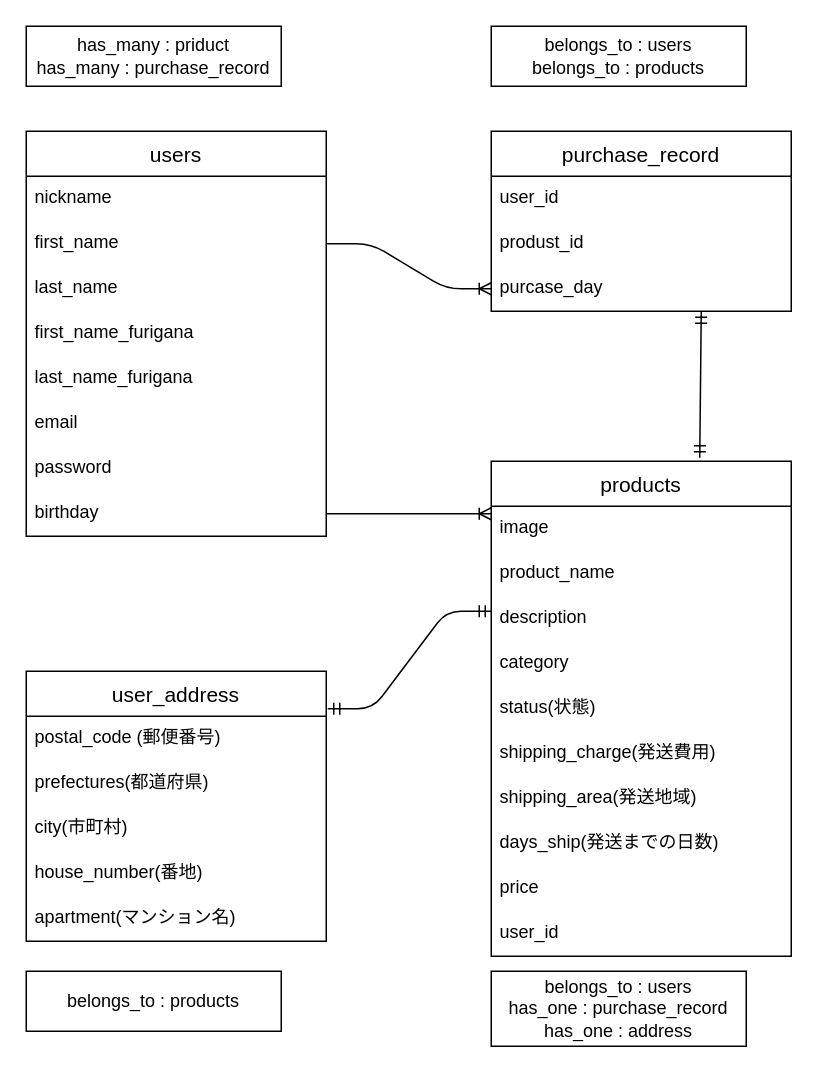
This is test.dio from icchi-saya/furima-29119, a draw.io file, before an edit. Source tidied: cells renumbered, new cells numbered last; positions are measured from the earlier drawing's top-left corner, leaving out a move shared by most shapes. Both pictures are drawn from the tidied source at 150%, with x=0, y=0 at pixel (26, 26).
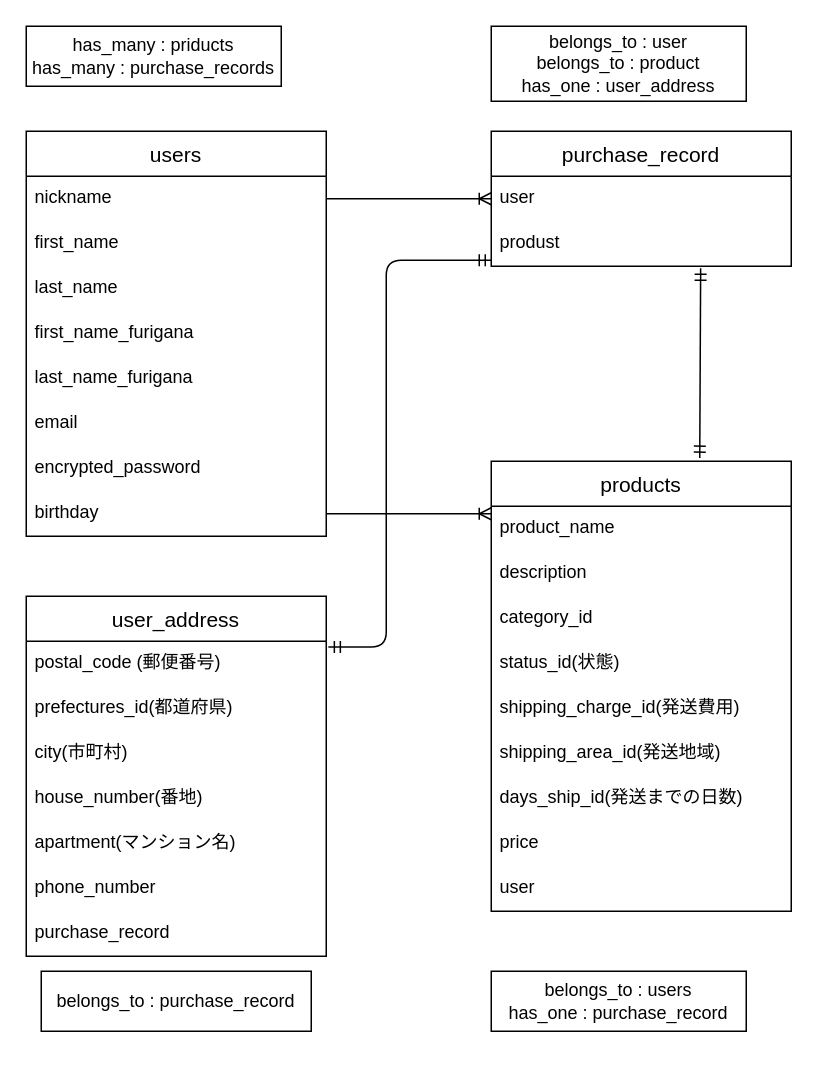
The same diagram, later.

Commit message (it also covers changes not shown here):
レビュー依頼変更その２

The change refers to these unchanged cells:
```xml
<mxCell id="2" value="users" style="swimlane;fontStyle=0;horizontal=1;startSize=30;align=center;fontSize=14;" parent="1" vertex="1">
  <mxGeometry y="70" width="200" height="270" as="geometry" />
</mxCell>
<mxCell id="3" value="nickname" style="text;strokeColor=none;fillColor=none;spacingLeft=4;spacingRight=4;overflow=hidden;points=[[0,0.5],[1,0.5]];portConstraint=eastwest;fontSize=12;" parent="2" vertex="1">
  <mxGeometry y="30" width="200" height="30" as="geometry" />
</mxCell>
<mxCell id="4" value="first_name" style="text;strokeColor=none;fillColor=none;spacingLeft=4;spacingRight=4;overflow=hidden;points=[[0,0.5],[1,0.5]];portConstraint=eastwest;fontSize=12;" parent="2" vertex="1">
  <mxGeometry y="60" width="200" height="30" as="geometry" />
</mxCell>
<mxCell id="27" value="postal_code (郵便番号)" style="text;strokeColor=none;fillColor=none;spacingLeft=4;spacingRight=4;overflow=hidden;points=[[0,0.5],[1,0.5]];portConstraint=eastwest;fontSize=12;" parent="26" vertex="1">
  <mxGeometry y="30" width="200" height="30" as="geometry" />
</mxCell>
```

Change to the diagram source:
```diff
@@
-    <mxCell id="9" value="password" style="text;strokeColor=none;fillColor=none;spacingLeft=4;spacingRight=4;overflow=hidden;fontSize=12;" parent="2" vertex="1">
+    <mxCell id="9" value="encrypted_password" style="text;strokeColor=none;fillColor=none;spacingLeft=4;spacingRight=4;overflow=hidden;fontSize=12;" parent="2" vertex="1">
       <mxGeometry y="210" width="200" height="30" as="geometry" />
     </mxCell>
@@
     <mxCell id="11" value="products" style="swimlane;fontStyle=0;horizontal=1;startSize=30;align=center;fontSize=14;" parent="1" vertex="1">
-      <mxGeometry x="310" y="290" width="200" height="330" as="geometry" />
+      <mxGeometry x="310" y="290" width="200" height="300" as="geometry" />
     </mxCell>
-    <mxCell id="12" value="image" style="text;strokeColor=none;fillColor=none;spacingLeft=4;spacingRight=4;overflow=hidden;fontSize=12;" parent="11" vertex="1">
-      <mxGeometry y="30" width="200" height="30" as="geometry" />
-    </mxCell>
     <mxCell id="13" value="product_name" style="text;strokeColor=none;fillColor=none;spacingLeft=4;spacingRight=4;overflow=hidden;fontSize=12;" parent="11" vertex="1">
-      <mxGeometry y="60" width="200" height="30" as="geometry" />
+      <mxGeometry y="30" width="200" height="30" as="geometry" />
     </mxCell>
     <mxCell id="14" value="description" style="text;strokeColor=none;fillColor=none;spacingLeft=4;spacingRight=4;overflow=hidden;fontSize=12;" parent="11" vertex="1">
-      <mxGeometry y="90" width="200" height="30" as="geometry" />
+      <mxGeometry y="60" width="200" height="30" as="geometry" />
     </mxCell>
-    <mxCell id="15" value="category" style="text;strokeColor=none;fillColor=none;spacingLeft=4;spacingRight=4;overflow=hidden;fontSize=12;" parent="11" vertex="1">
-      <mxGeometry y="120" width="200" height="30" as="geometry" />
+    <mxCell id="15" value="category_id" style="text;strokeColor=none;fillColor=none;spacingLeft=4;spacingRight=4;overflow=hidden;fontSize=12;" parent="11" vertex="1">
+      <mxGeometry y="90" width="200" height="30" as="geometry" />
     </mxCell>
-    <mxCell id="16" value="status(状態)" style="text;strokeColor=none;fillColor=none;spacingLeft=4;spacingRight=4;overflow=hidden;fontSize=12;" parent="11" vertex="1">
-      <mxGeometry y="150" width="200" height="30" as="geometry" />
+    <mxCell id="16" value="status_id(状態)" style="text;strokeColor=none;fillColor=none;spacingLeft=4;spacingRight=4;overflow=hidden;fontSize=12;" parent="11" vertex="1">
+      <mxGeometry y="120" width="200" height="30" as="geometry" />
     </mxCell>
-    <mxCell id="17" value="shipping_charge(発送費用)" style="text;strokeColor=none;fillColor=none;spacingLeft=4;spacingRight=4;overflow=hidden;fontSize=12;" parent="11" vertex="1">
-      <mxGeometry y="180" width="200" height="30" as="geometry" />
+    <mxCell id="17" value="shipping_charge_id(発送費用)" style="text;strokeColor=none;fillColor=none;spacingLeft=4;spacingRight=4;overflow=hidden;fontSize=12;" parent="11" vertex="1">
+      <mxGeometry y="150" width="200" height="30" as="geometry" />
     </mxCell>
-    <mxCell id="18" value="shipping_area(発送地域)" style="text;strokeColor=none;fillColor=none;spacingLeft=4;spacingRight=4;overflow=hidden;fontSize=12;" parent="11" vertex="1">
-      <mxGeometry y="210" width="200" height="30" as="geometry" />
+    <mxCell id="18" value="shipping_area_id(発送地域)" style="text;strokeColor=none;fillColor=none;spacingLeft=4;spacingRight=4;overflow=hidden;fontSize=12;" parent="11" vertex="1">
+      <mxGeometry y="180" width="200" height="30" as="geometry" />
     </mxCell>
-    <mxCell id="19" value="days_ship(発送までの日数)" style="text;strokeColor=none;fillColor=none;spacingLeft=4;spacingRight=4;overflow=hidden;fontSize=12;" parent="11" vertex="1">
-      <mxGeometry y="240" width="200" height="30" as="geometry" />
+    <mxCell id="19" value="days_ship_id(発送までの日数)" style="text;strokeColor=none;fillColor=none;spacingLeft=4;spacingRight=4;overflow=hidden;fontSize=12;" parent="11" vertex="1">
+      <mxGeometry y="210" width="200" height="30" as="geometry" />
     </mxCell>
     <mxCell id="20" value="price" style="text;strokeColor=none;fillColor=none;spacingLeft=4;spacingRight=4;overflow=hidden;fontSize=12;" parent="11" vertex="1">
-      <mxGeometry y="270" width="200" height="30" as="geometry" />
+      <mxGeometry y="240" width="200" height="30" as="geometry" />
     </mxCell>
-    <mxCell id="21" value="user_id" style="text;strokeColor=none;fillColor=none;spacingLeft=4;spacingRight=4;overflow=hidden;fontSize=12;" parent="11" vertex="1">
-      <mxGeometry y="300" width="200" height="30" as="geometry" />
+    <mxCell id="21" value="user" style="text;strokeColor=none;fillColor=none;spacingLeft=4;spacingRight=4;overflow=hidden;fontSize=12;" parent="11" vertex="1">
+      <mxGeometry y="270" width="200" height="30" as="geometry" />
     </mxCell>
     <mxCell id="22" value="purchase_record" style="swimlane;fontStyle=0;horizontal=1;startSize=30;align=center;fontSize=14;" parent="1" vertex="1">
-      <mxGeometry x="310" y="70" width="200" height="120" as="geometry" />
+      <mxGeometry x="310" y="70" width="200" height="90" as="geometry" />
     </mxCell>
-    <mxCell id="23" value="user_id" style="text;strokeColor=none;fillColor=none;spacingLeft=4;spacingRight=4;overflow=hidden;points=[[0,0.5],[1,0.5]];portConstraint=eastwest;fontSize=12;" parent="22" vertex="1">
+    <mxCell id="23" value="user" style="text;strokeColor=none;fillColor=none;spacingLeft=4;spacingRight=4;overflow=hidden;points=[[0,0.5],[1,0.5]];portConstraint=eastwest;fontSize=12;" parent="22" vertex="1">
       <mxGeometry y="30" width="200" height="30" as="geometry" />
     </mxCell>
-    <mxCell id="24" value="produst_id" style="text;strokeColor=none;fillColor=none;spacingLeft=4;spacingRight=4;overflow=hidden;points=[[0,0.5],[1,0.5]];portConstraint=eastwest;fontSize=12;" parent="22" vertex="1">
+    <mxCell id="24" value="produst" style="text;strokeColor=none;fillColor=none;spacingLeft=4;spacingRight=4;overflow=hidden;points=[[0,0.5],[1,0.5]];portConstraint=eastwest;fontSize=12;" parent="22" vertex="1">
       <mxGeometry y="60" width="200" height="30" as="geometry" />
     </mxCell>
-    <mxCell id="25" value="purcase_day" style="text;strokeColor=none;fillColor=none;spacingLeft=4;spacingRight=4;overflow=hidden;points=[[0,0.5],[1,0.5]];portConstraint=eastwest;fontSize=12;" parent="22" vertex="1">
-      <mxGeometry y="90" width="200" height="30" as="geometry" />
-    </mxCell>
     <mxCell id="26" value="user_address" style="swimlane;fontStyle=0;horizontal=1;startSize=30;align=center;fontSize=14;" parent="1" vertex="1">
-      <mxGeometry y="430" width="200" height="180" as="geometry" />
+      <mxGeometry y="380" width="200" height="240" as="geometry" />
     </mxCell>
@@
-    <mxCell id="28" value="prefectures(都道府県)" style="text;strokeColor=none;fillColor=none;spacingLeft=4;spacingRight=4;overflow=hidden;fontSize=12;" parent="26" vertex="1">
+    <mxCell id="28" value="prefectures_id(都道府県)" style="text;strokeColor=none;fillColor=none;spacingLeft=4;spacingRight=4;overflow=hidden;fontSize=12;" parent="26" vertex="1">
       <mxGeometry y="60" width="200" height="30" as="geometry" />
     </mxCell>
@@
+    <mxCell id="40" value="phone_number" style="text;strokeColor=none;fillColor=none;spacingLeft=4;spacingRight=4;overflow=hidden;fontSize=12;" parent="26" vertex="1">
+      <mxGeometry y="180" width="200" height="30" as="geometry" />
+    </mxCell>
+    <mxCell id="41" value="purchase_record" style="text;strokeColor=none;fillColor=none;spacingLeft=4;spacingRight=4;overflow=hidden;fontSize=12;" parent="26" vertex="1">
+      <mxGeometry y="210" width="200" height="30" as="geometry" />
+    </mxCell>
-    <mxCell id="32" style="edgeStyle=entityRelationEdgeStyle;fontSize=12;html=1;endArrow=ERoneToMany;exitX=1;exitY=0.5;exitDx=0;exitDy=0;entryX=0;entryY=0.5;entryDx=0;entryDy=0;" parent="1" edge="1" source="4" target="25">
+    <mxCell id="32" style="edgeStyle=entityRelationEdgeStyle;fontSize=12;html=1;endArrow=ERoneToMany;exitX=1;exitY=0.5;exitDx=0;exitDy=0;entryX=0;entryY=0.5;entryDx=0;entryDy=0;" parent="1" edge="1" source="3" target="23">
       <mxGeometry relative="1" as="geometry" />
     </mxCell>
@@
-    <mxCell id="34" style="edgeStyle=entityRelationEdgeStyle;fontSize=12;html=1;endArrow=ERmandOne;startArrow=ERmandOne;exitX=1.005;exitY=0.139;exitDx=0;exitDy=0;exitPerimeter=0;" parent="1" edge="1" source="26">
+    <mxCell id="34" style="edgeStyle=orthogonalEdgeStyle;fontSize=12;html=1;endArrow=ERmandOne;startArrow=ERmandOne;exitX=1.007;exitY=0.128;exitDx=0;exitDy=0;exitPerimeter=0;" parent="1" edge="1" source="27">
       <mxGeometry relative="1" as="geometry">
-        <mxPoint x="310" y="390" as="targetPoint" />
+        <mxPoint x="310" y="156" as="targetPoint" />
+        <Array as="points">
+          <mxPoint x="240" y="414" />
+          <mxPoint x="240" y="156" />
+        </Array>
       </mxGeometry>
     </mxCell>
-    <mxCell id="35" value="has_many : priduct&lt;br&gt;has_many : purchase_record" style="whiteSpace=wrap;html=1;align=center;" parent="1" vertex="1">
+    <mxCell id="35" value="has_many : priducts&lt;br&gt;has_many : purchase_records" style="whiteSpace=wrap;html=1;align=center;" parent="1" vertex="1">
       <mxGeometry width="170" height="40" as="geometry" />
     </mxCell>
-    <mxCell id="36" value="belongs_to : users&lt;br&gt;has_one : purchase_record&lt;br&gt;has_one : address&lt;br&gt;" style="whiteSpace=wrap;html=1;align=center;" parent="1" vertex="1">
-      <mxGeometry x="310" y="630" width="170" height="50" as="geometry" />
+    <mxCell id="36" value="belongs_to : users&lt;br&gt;has_one : purchase_record" style="whiteSpace=wrap;html=1;align=center;" parent="1" vertex="1">
+      <mxGeometry x="310" y="630" width="170" height="40" as="geometry" />
     </mxCell>
-    <mxCell id="37" value="belongs_to : users&lt;br&gt;belongs_to : products" style="whiteSpace=wrap;html=1;align=center;" parent="1" vertex="1">
-      <mxGeometry x="310" width="170" height="40" as="geometry" />
+    <mxCell id="37" value="belongs_to : user&lt;br&gt;belongs_to : product&lt;br&gt;has_one : user_address" style="whiteSpace=wrap;html=1;align=center;" parent="1" vertex="1">
+      <mxGeometry x="310" width="170" height="50" as="geometry" />
     </mxCell>
-    <mxCell id="38" value="belongs_to : products" style="whiteSpace=wrap;html=1;align=center;" parent="1" vertex="1">
-      <mxGeometry y="630" width="170" height="40" as="geometry" />
+    <mxCell id="38" value="belongs_to : purchase_record" style="whiteSpace=wrap;html=1;align=center;" parent="1" vertex="1">
+      <mxGeometry x="10" y="630" width="180" height="40" as="geometry" />
     </mxCell>
-    <mxCell id="39" style="fontSize=12;html=1;endArrow=ERmandOne;startArrow=ERmandOne;rounded=1;exitX=0.695;exitY=-0.007;exitDx=0;exitDy=0;exitPerimeter=0;" parent="1" edge="1" source="11">
-      <mxGeometry relative="1" as="geometry">
-        <mxPoint x="450" y="190" as="targetPoint" />
-      </mxGeometry>
+    <mxCell id="39" style="fontSize=12;html=1;endArrow=ERmandOne;startArrow=ERmandOne;rounded=1;exitX=0.695;exitY=-0.007;exitDx=0;exitDy=0;exitPerimeter=0;entryX=0.698;entryY=1.044;entryDx=0;entryDy=0;entryPerimeter=0;" parent="1" edge="1" source="11" target="24">
+      <mxGeometry relative="1" as="geometry" />
     </mxCell>
```
